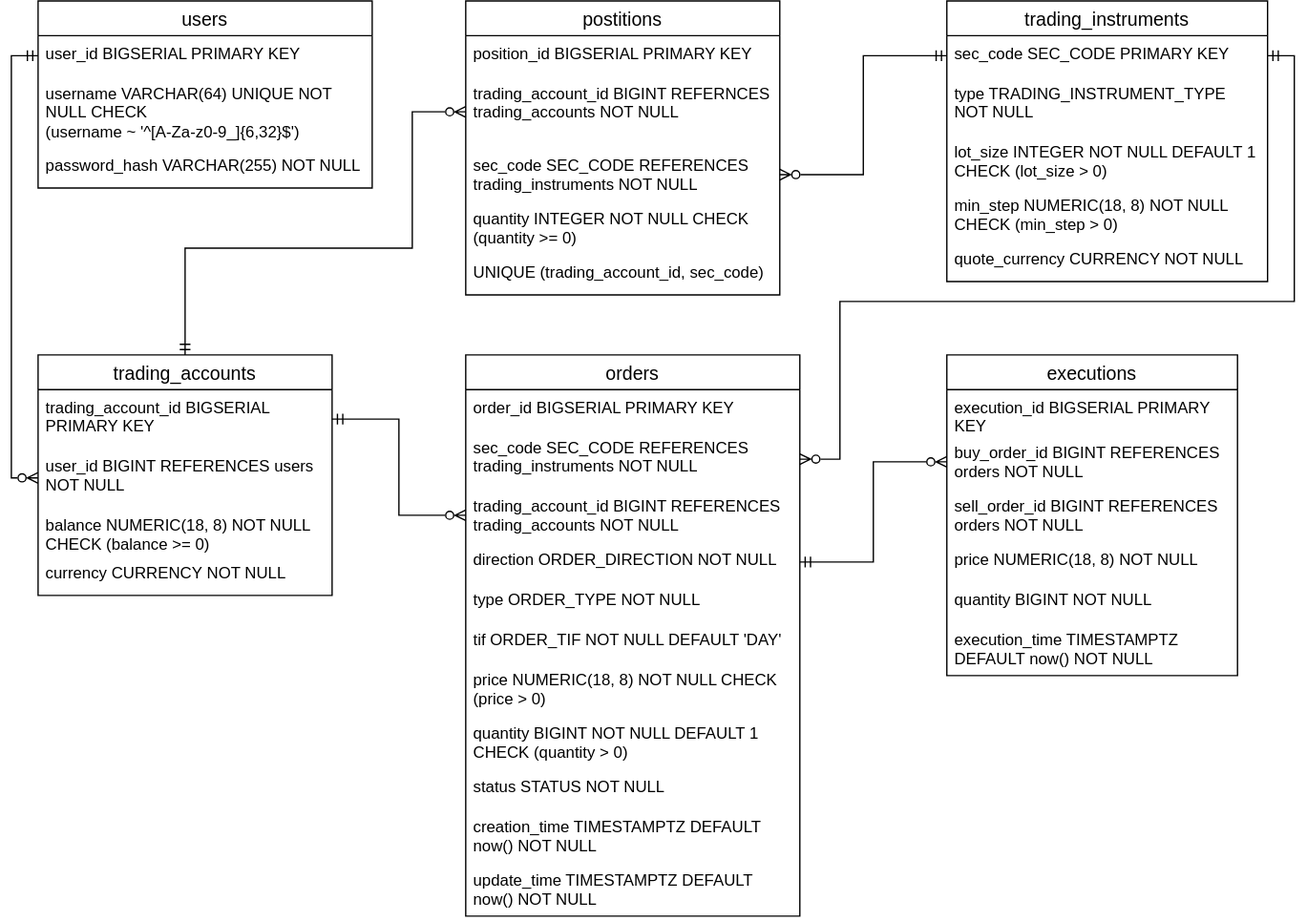
The draw.io diagram doc/physical-model.svg in vodobryshkin/mini-exchange, before a commit. Source tidied: cells renumbered, new cells last; positions are measured from the earlier drawing's top-left corner, leaving out a move shared by most shapes.
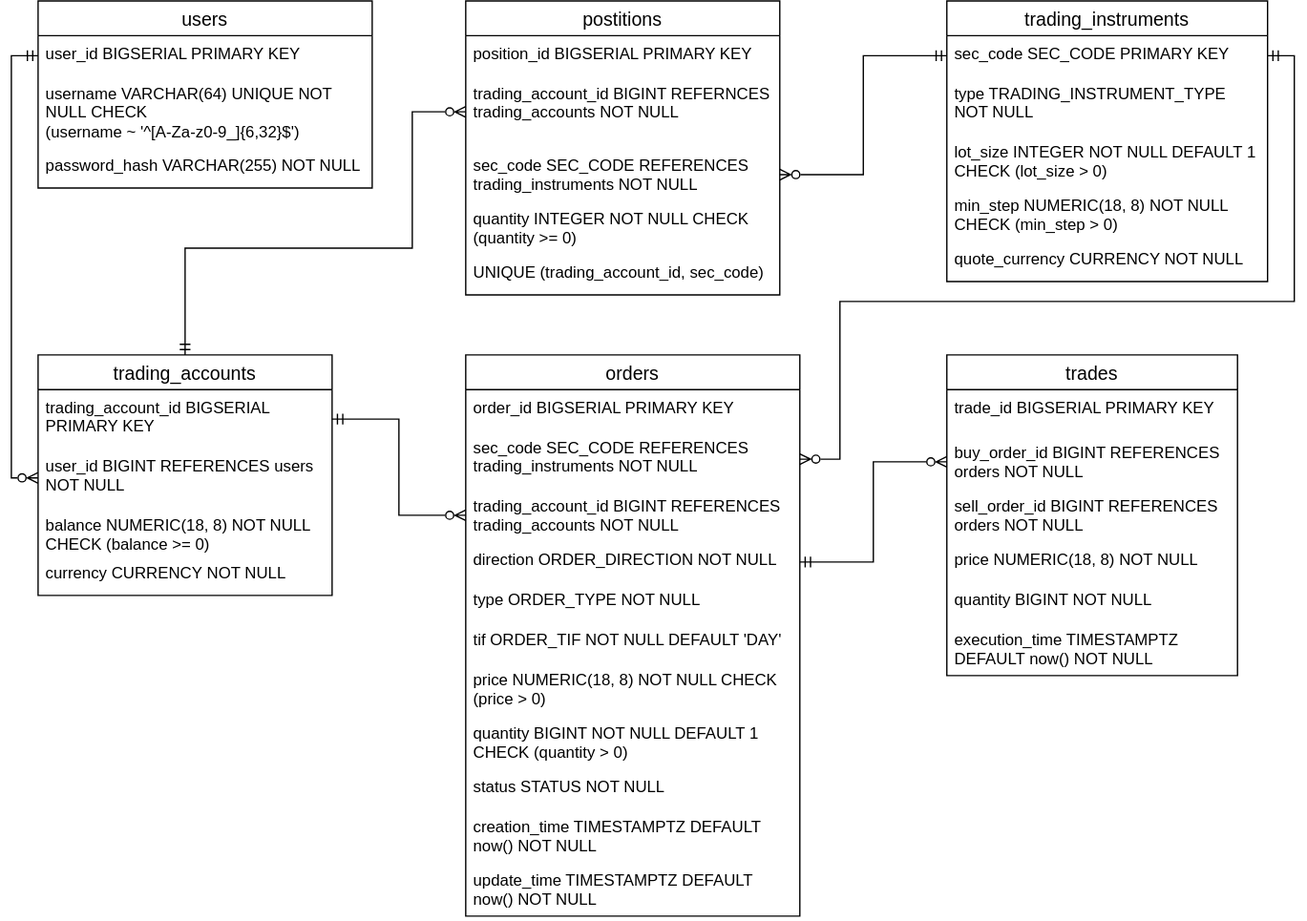
The same diagram one commit later.

Commit message:
Добавил реестр сделок + поменял execution на trade везде

What changed in the source:
```diff
@@ -99,10 +99,10 @@
     <mxCell id="31" style="edgeStyle=orthogonalEdgeStyle;rounded=0;jettySize=auto;html=1;entryX=0;entryY=0.5;entryDx=0;entryDy=0;startArrow=ERmandOne;startFill=0;endArrow=ERzeroToMany;endFill=0;" parent="1" edge="1" source="13" target="20">
       <mxGeometry relative="1" as="geometry" />
     </mxCell>
-    <mxCell id="32" value="executions" style="swimlane;fontStyle=0;horizontal=1;startSize=26;align=center;fontSize=14;" parent="1" vertex="1">
+    <mxCell id="32" value="trades" style="swimlane;fontStyle=0;horizontal=1;startSize=26;align=center;fontSize=14;" parent="1" vertex="1">
       <mxGeometry x="680" y="265" width="217.5" height="240" as="geometry" />
     </mxCell>
-    <mxCell id="33" value="execution_id BIGSERIAL PRIMARY KEY" style="text;strokeColor=none;fillColor=none;spacingLeft=4;spacingRight=4;overflow=hidden;fontSize=12;whiteSpace=wrap;html=1;" parent="32" vertex="1">
+    <mxCell id="33" value="trade_id BIGSERIAL PRIMARY KEY" style="text;strokeColor=none;fillColor=none;spacingLeft=4;spacingRight=4;overflow=hidden;fontSize=12;whiteSpace=wrap;html=1;" parent="32" vertex="1">
       <mxGeometry y="26" width="217.5" height="34" as="geometry" />
     </mxCell>
     <mxCell id="34" value="buy_order_id BIGINT REFERENCES orders NOT NULL" style="text;strokeColor=none;fillColor=none;spacingLeft=4;spacingRight=4;overflow=hidden;points=[[0,0.5],[1,0.5]];portConstraint=eastwest;fontSize=12;whiteSpace=wrap;html=1;" parent="32" vertex="1">
```
